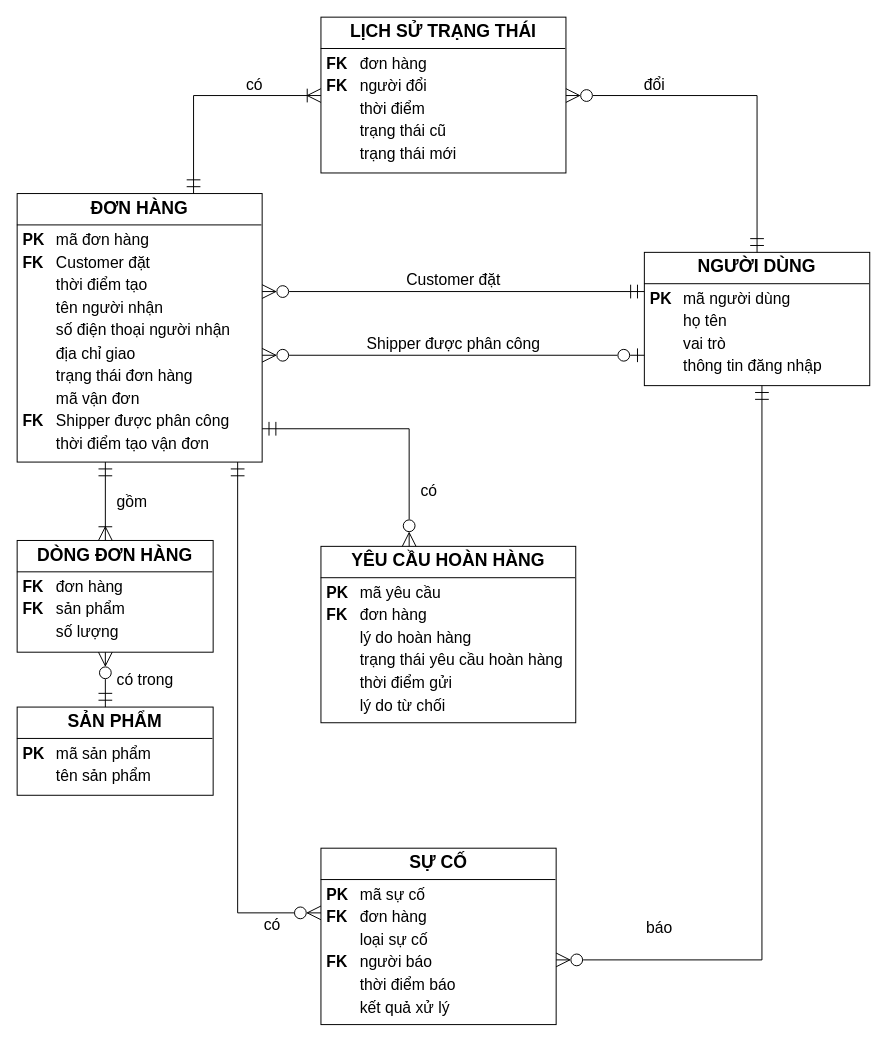
This is docs/srs/diagrams/erd.drawio from MinhNhat-hub/GiaoHangThuongMaiDienTu, a draw.io file, before an edit. Source tidied: cells renumbered, new cells numbered last; positions are measured from the earlier drawing's top-left corner, leaving out a move shared by most shapes. Both pictures are drawn from the tidied source at 98%, with x=0, y=0 at pixel (17, 17).
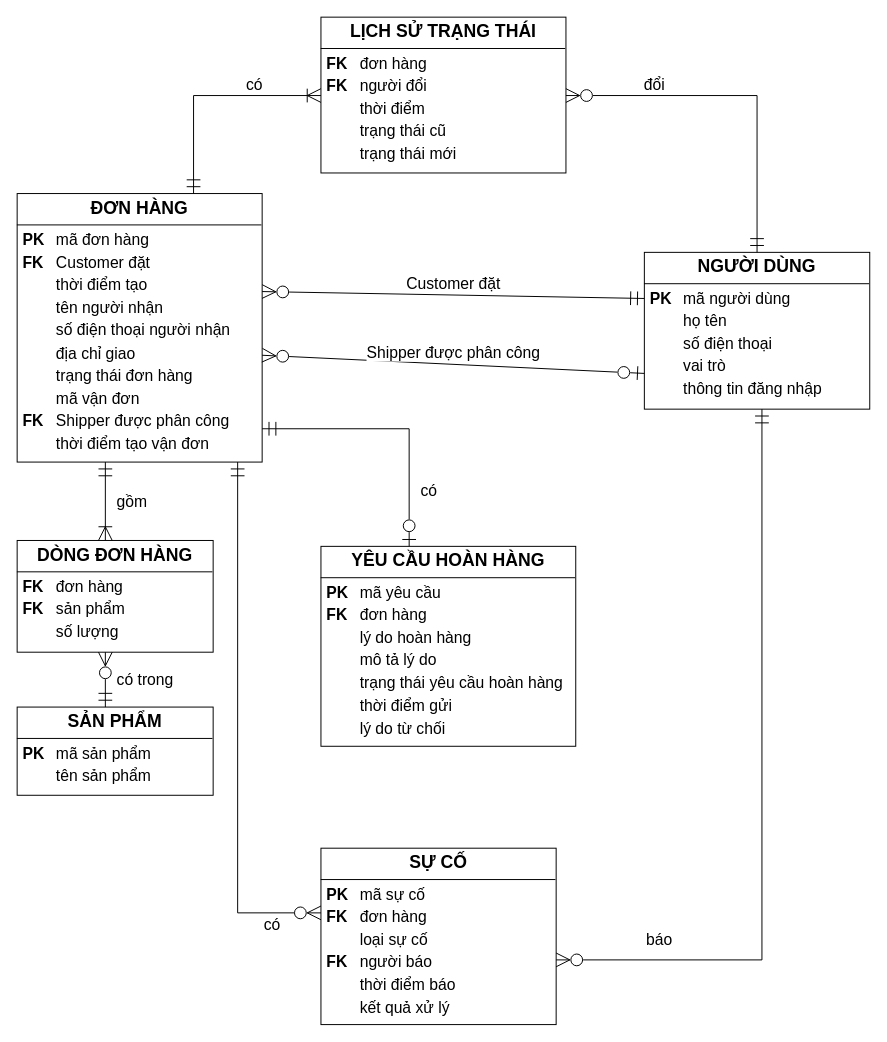
Above is the later version.

Unchanged cells that the change refers to:
```xml
<mxCell id="2" value="&lt;div style=&quot;box-sizing:border-box;width:100%;padding:5px 4px;border-bottom:1px solid #000000;text-align:center;font-weight:bold;font-size:18px;&quot;&gt;ĐƠN HÀNG&lt;/div&gt;&lt;table style=&quot;width:100%;font-size:1em;margin-top:3px;&quot; cellpadding=&quot;2&quot; cellspacing=&quot;0&quot;&gt;&lt;tr&gt;&lt;td style=&quot;width:30px;padding-left:6px;font-weight:bold;&quot;&gt;PK&lt;/td&gt;&lt;td&gt;mã đơn hàng&lt;/td&gt;&lt;/tr&gt;&lt;tr&gt;&lt;td style=&quot;width:30px;padding-left:6px;font-weight:bold;&quot;&gt;FK&lt;/td&gt;&lt;td&gt;Customer đặt&lt;/td&gt;&lt;/tr&gt;&lt;tr&gt;&lt;td style=&quot;width:30px;padding-left:6px;font-weight:bold;&quot;&gt;&lt;/td&gt;&lt;td&gt;thời điểm tạo&lt;/td&gt;&lt;/tr&gt;&lt;tr&gt;&lt;td style=&quot;width:30px;padding-left:6px;font-weight:bold;&quot;&gt;&lt;/td&gt;&lt;td&gt;tên người nhận&lt;/td&gt;&lt;/tr&gt;&lt;tr&gt;&lt;td style=&quot;width:30px;padding-left:6px;font-weight:bold;&quot;&gt;&lt;/td&gt;&lt;td&gt;số điện thoại người nhận&lt;/td&gt;&lt;/tr&gt;&lt;tr&gt;&lt;td style=&quot;width:30px;padding-left:6px;font-weight:bold;&quot;&gt;&lt;/td&gt;&lt;td&gt;địa chỉ giao&lt;/td&gt;&lt;/tr&gt;&lt;tr&gt;&lt;td style=&quot;width:30px;padding-left:6px;font-weight:bold;&quot;&gt;&lt;/td&gt;&lt;td&gt;trạng thái đơn hàng&lt;/td&gt;&lt;/tr&gt;&lt;tr&gt;&lt;td style=&quot;width:30px;padding-left:6px;font-weight:bold;&quot;&gt;&lt;/td&gt;&lt;td&gt;mã vận đơn&lt;/td&gt;&lt;/tr&gt;&lt;tr&gt;&lt;td style=&quot;width:30px;padding-left:6px;font-weight:bold;&quot;&gt;FK&lt;/td&gt;&lt;td&gt;Shipper được phân công&lt;/td&gt;&lt;/tr&gt;&lt;tr&gt;&lt;td style=&quot;width:30px;padding-left:6px;font-weight:bold;&quot;&gt;&lt;/td&gt;&lt;td&gt;thời điểm tạo vận đơn&lt;/td&gt;&lt;/tr&gt;&lt;/table&gt;" style="verticalAlign=top;align=left;overflow=fill;html=1;whiteSpace=wrap;rounded=0;fillColor=#ffffff;strokeColor=#000000;fontSize=16;" parent="1" vertex="1">
  <mxGeometry y="180" width="250" height="274" as="geometry" />
</mxCell>
```

Diff of the diagram source:
```diff
@@
-    <mxCell id="3" value="&lt;div style=&quot;box-sizing:border-box;width:100%;padding:5px 4px;border-bottom:1px solid #000000;text-align:center;font-weight:bold;font-size:18px;&quot;&gt;NGƯỜI DÙNG&lt;/div&gt;&lt;table style=&quot;width:100%;font-size:1em;margin-top:3px;&quot; cellpadding=&quot;2&quot; cellspacing=&quot;0&quot;&gt;&lt;tr&gt;&lt;td style=&quot;width:30px;padding-left:6px;font-weight:bold;&quot;&gt;PK&lt;/td&gt;&lt;td&gt;mã người dùng&lt;/td&gt;&lt;/tr&gt;&lt;tr&gt;&lt;td style=&quot;width:30px;padding-left:6px;font-weight:bold;&quot;&gt;&lt;/td&gt;&lt;td&gt;họ tên&lt;/td&gt;&lt;/tr&gt;&lt;tr&gt;&lt;td style=&quot;width:30px;padding-left:6px;font-weight:bold;&quot;&gt;&lt;/td&gt;&lt;td&gt;vai trò&lt;/td&gt;&lt;/tr&gt;&lt;tr&gt;&lt;td style=&quot;width:30px;padding-left:6px;font-weight:bold;&quot;&gt;&lt;/td&gt;&lt;td&gt;thông tin đăng nhập&lt;/td&gt;&lt;/tr&gt;&lt;/table&gt;" style="verticalAlign=top;align=left;overflow=fill;html=1;whiteSpace=wrap;rounded=0;fillColor=#ffffff;strokeColor=#000000;fontSize=16;" parent="1" vertex="1">
-      <mxGeometry x="640" y="240" width="230" height="136" as="geometry" />
+    <mxCell id="3" value="&lt;div style=&quot;box-sizing:border-box;width:100%;padding:5px 4px;border-bottom:1px solid #000000;text-align:center;font-weight:bold;font-size:18px;&quot;&gt;NGƯỜI DÙNG&lt;/div&gt;&lt;table style=&quot;width:100%;font-size:1em;margin-top:3px;&quot; cellpadding=&quot;2&quot; cellspacing=&quot;0&quot;&gt;&lt;tr&gt;&lt;td style=&quot;width:30px;padding-left:6px;font-weight:bold;&quot;&gt;PK&lt;/td&gt;&lt;td&gt;mã người dùng&lt;/td&gt;&lt;/tr&gt;&lt;tr&gt;&lt;td style=&quot;width:30px;padding-left:6px;font-weight:bold;&quot;&gt;&lt;/td&gt;&lt;td&gt;họ tên&lt;/td&gt;&lt;/tr&gt;&lt;tr&gt;&lt;td style=&quot;width:30px;padding-left:6px;font-weight:bold;&quot;&gt;&lt;/td&gt;&lt;td&gt;số điện thoại&lt;/td&gt;&lt;/tr&gt;&lt;tr&gt;&lt;td style=&quot;width:30px;padding-left:6px;font-weight:bold;&quot;&gt;&lt;/td&gt;&lt;td&gt;vai trò&lt;/td&gt;&lt;/tr&gt;&lt;tr&gt;&lt;td style=&quot;width:30px;padding-left:6px;font-weight:bold;&quot;&gt;&lt;/td&gt;&lt;td&gt;thông tin đăng nhập&lt;/td&gt;&lt;/tr&gt;&lt;/table&gt;" style="verticalAlign=top;align=left;overflow=fill;html=1;whiteSpace=wrap;rounded=0;fillColor=#ffffff;strokeColor=#000000;fontSize=16;" parent="1" vertex="1">
+      <mxGeometry x="640" y="240" width="230" height="160" as="geometry" />
     </mxCell>
@@
-    <mxCell id="7" value="&lt;div style=&quot;box-sizing:border-box;width:100%;padding:5px 4px;border-bottom:1px solid #000000;text-align:center;font-weight:bold;font-size:18px;&quot;&gt;YÊU CẦU HOÀN HÀNG&lt;/div&gt;&lt;table style=&quot;width:100%;font-size:1em;margin-top:3px;&quot; cellpadding=&quot;2&quot; cellspacing=&quot;0&quot;&gt;&lt;tr&gt;&lt;td style=&quot;width:30px;padding-left:6px;font-weight:bold;&quot;&gt;PK&lt;/td&gt;&lt;td&gt;mã yêu cầu&lt;/td&gt;&lt;/tr&gt;&lt;tr&gt;&lt;td style=&quot;width:30px;padding-left:6px;font-weight:bold;&quot;&gt;FK&lt;/td&gt;&lt;td&gt;đơn hàng&lt;/td&gt;&lt;/tr&gt;&lt;tr&gt;&lt;td style=&quot;width:30px;padding-left:6px;font-weight:bold;&quot;&gt;&lt;/td&gt;&lt;td&gt;lý do hoàn hàng&lt;/td&gt;&lt;/tr&gt;&lt;tr&gt;&lt;td style=&quot;width:30px;padding-left:6px;font-weight:bold;&quot;&gt;&lt;/td&gt;&lt;td&gt;trạng thái yêu cầu hoàn hàng&lt;/td&gt;&lt;/tr&gt;&lt;tr&gt;&lt;td style=&quot;width:30px;padding-left:6px;font-weight:bold;&quot;&gt;&lt;/td&gt;&lt;td&gt;thời điểm gửi&lt;/td&gt;&lt;/tr&gt;&lt;tr&gt;&lt;td style=&quot;width:30px;padding-left:6px;font-weight:bold;&quot;&gt;&lt;/td&gt;&lt;td&gt;lý do từ chối&lt;/td&gt;&lt;/tr&gt;&lt;/table&gt;" style="verticalAlign=top;align=left;overflow=fill;html=1;whiteSpace=wrap;rounded=0;fillColor=#ffffff;strokeColor=#000000;fontSize=16;" parent="1" vertex="1">
-      <mxGeometry x="310" y="540" width="260" height="180" as="geometry" />
+    <mxCell id="7" value="&lt;div style=&quot;box-sizing:border-box;width:100%;padding:5px 4px;border-bottom:1px solid #000000;text-align:center;font-weight:bold;font-size:18px;&quot;&gt;YÊU CẦU HOÀN HÀNG&lt;/div&gt;&lt;table style=&quot;width:100%;font-size:1em;margin-top:3px;&quot; cellpadding=&quot;2&quot; cellspacing=&quot;0&quot;&gt;&lt;tr&gt;&lt;td style=&quot;width:30px;padding-left:6px;font-weight:bold;&quot;&gt;PK&lt;/td&gt;&lt;td&gt;mã yêu cầu&lt;/td&gt;&lt;/tr&gt;&lt;tr&gt;&lt;td style=&quot;width:30px;padding-left:6px;font-weight:bold;&quot;&gt;FK&lt;/td&gt;&lt;td&gt;đơn hàng&lt;/td&gt;&lt;/tr&gt;&lt;tr&gt;&lt;td style=&quot;width:30px;padding-left:6px;font-weight:bold;&quot;&gt;&lt;/td&gt;&lt;td&gt;lý do hoàn hàng&lt;/td&gt;&lt;/tr&gt;&lt;tr&gt;&lt;td style=&quot;width:30px;padding-left:6px;font-weight:bold;&quot;&gt;&lt;/td&gt;&lt;td&gt;mô tả lý do&lt;/td&gt;&lt;/tr&gt;&lt;tr&gt;&lt;td style=&quot;width:30px;padding-left:6px;font-weight:bold;&quot;&gt;&lt;/td&gt;&lt;td&gt;trạng thái yêu cầu hoàn hàng&lt;/td&gt;&lt;/tr&gt;&lt;tr&gt;&lt;td style=&quot;width:30px;padding-left:6px;font-weight:bold;&quot;&gt;&lt;/td&gt;&lt;td&gt;thời điểm gửi&lt;/td&gt;&lt;/tr&gt;&lt;tr&gt;&lt;td style=&quot;width:30px;padding-left:6px;font-weight:bold;&quot;&gt;&lt;/td&gt;&lt;td&gt;lý do từ chối&lt;/td&gt;&lt;/tr&gt;&lt;/table&gt;" style="verticalAlign=top;align=left;overflow=fill;html=1;whiteSpace=wrap;rounded=0;fillColor=#ffffff;strokeColor=#000000;fontSize=16;" parent="1" vertex="1">
+      <mxGeometry x="310" y="540" width="260" height="204" as="geometry" />
     </mxCell>
@@
-    <mxCell id="15" value="có" style="endArrow=ERzeroToMany;startArrow=ERmandOne;endFill=0;startFill=0;endSize=12;startSize=12;html=1;rounded=0;strokeColor=#000000;labelBackgroundColor=#ffffff;fontSize=16;align=left;exitX=1;exitY=0.8759;exitDx=0;exitDy=0;entryX=0.3462;entryY=0;entryDx=0;entryDy=0;" parent="1" edge="1" source="2" target="7">
+    <mxCell id="15" value="có" style="endArrow=ERzeroToOne;startArrow=ERmandOne;endFill=0;startFill=0;endSize=12;startSize=12;html=1;rounded=0;strokeColor=#000000;labelBackgroundColor=#ffffff;fontSize=16;align=left;exitX=1;exitY=0.8759;exitDx=0;exitDy=0;entryX=0.3462;entryY=0;entryDx=0;entryDy=0;" parent="1" edge="1" source="2" target="7">
       <mxGeometry relative="1" as="geometry">
         <Array as="points">
           <mxPoint x="400" y="420" />
         </Array>
         <mxPoint x="25" y="63" as="offset" />
       </mxGeometry>
     </mxCell>
```
